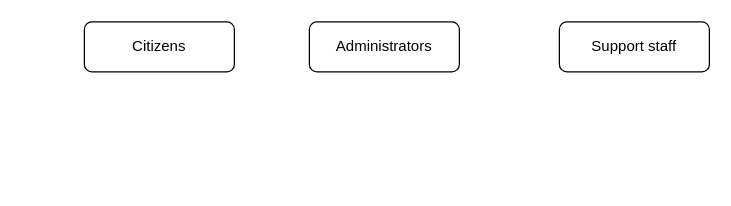
Above: Servizz.gov.DFD.drawio in nataleletizia/ServizzGov (draw.io), before the change. Source tidied: cells renumbered, new cells numbered last; positions are measured from the earlier drawing's top-left corner, leaving out a move shared by most shapes. Both pictures are drawn from the tidied source at 125%, with x=0, y=0 at pixel (84, 21).
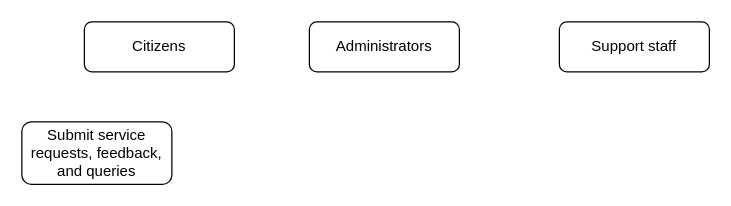
The same page after the edit.

What changed in the source:
```diff
@@
 <mxGraphModel>
   <root>
     <mxCell id="0" />
     <mxCell id="1" parent="0" />
     <mxCell id="2" value="Citizens" style="rounded=1;whiteSpace=wrap;html=1;fontSize=12;glass=0;strokeWidth=1;shadow=0;" parent="1" vertex="1">
       <mxGeometry width="120" height="40" as="geometry" />
     </mxCell>
     <mxCell id="3" value="Administrators" style="rounded=1;whiteSpace=wrap;html=1;" parent="1" vertex="1">
       <mxGeometry x="180" width="120" height="40" as="geometry" />
     </mxCell>
     <mxCell id="4" value="Support staff" style="rounded=1;whiteSpace=wrap;html=1;" parent="1" vertex="1">
       <mxGeometry x="380" width="120" height="40" as="geometry" />
     </mxCell>
+    <mxCell id="5" value="Submit service requests, feedback, and queries " style="rounded=1;whiteSpace=wrap;html=1;fontSize=12;glass=0;strokeWidth=1;shadow=0;" parent="1" vertex="1">
+      <mxGeometry x="-50" y="80" width="120" height="50" as="geometry" />
+    </mxCell>
   </root>
 </mxGraphModel>
```
